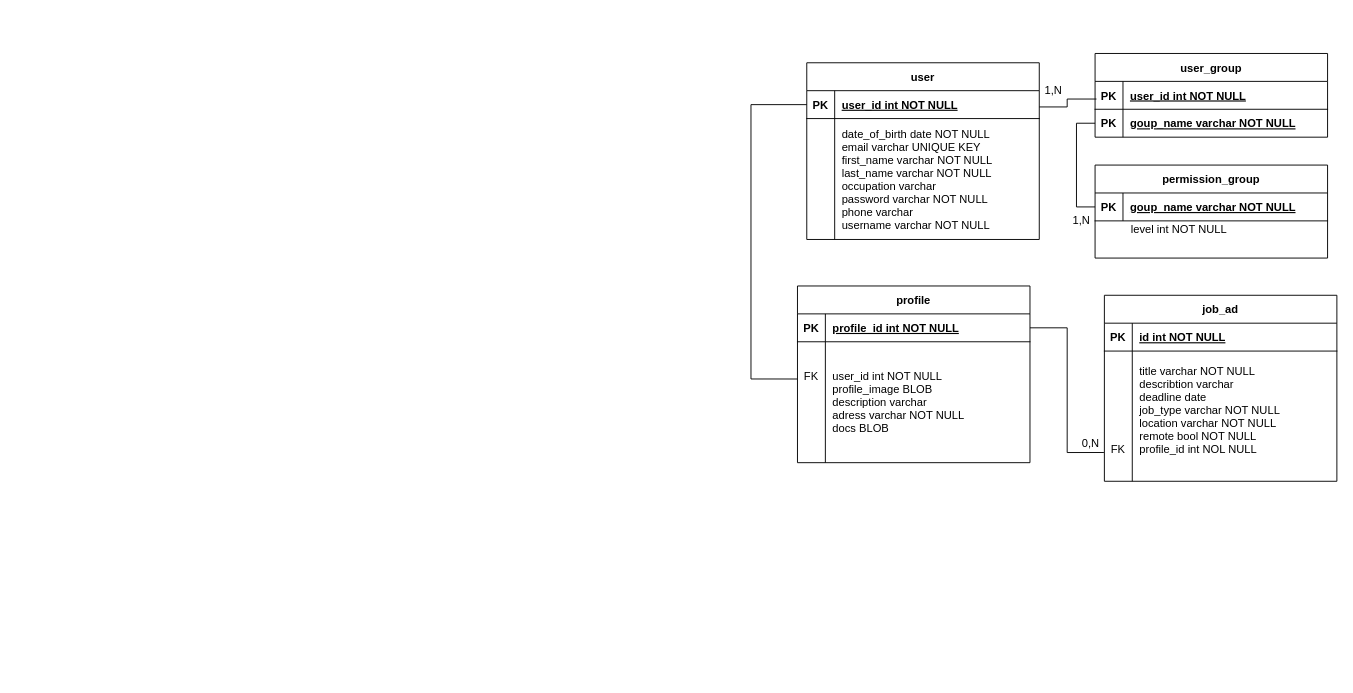
KlaraGolubovic/SE02 keeps this draw.io diagram as page "Logisch" (1 of 2) of doc/diagram/ERDiagram.drawio. Above is the earlier version. Source tidied: cells renumbered, new cells numbered last; positions are measured from the earlier drawing's top-left corner, leaving out a move shared by most shapes. Both pictures are drawn from the tidied source at 93%, with x=0, y=0 at pixel (751, 53).
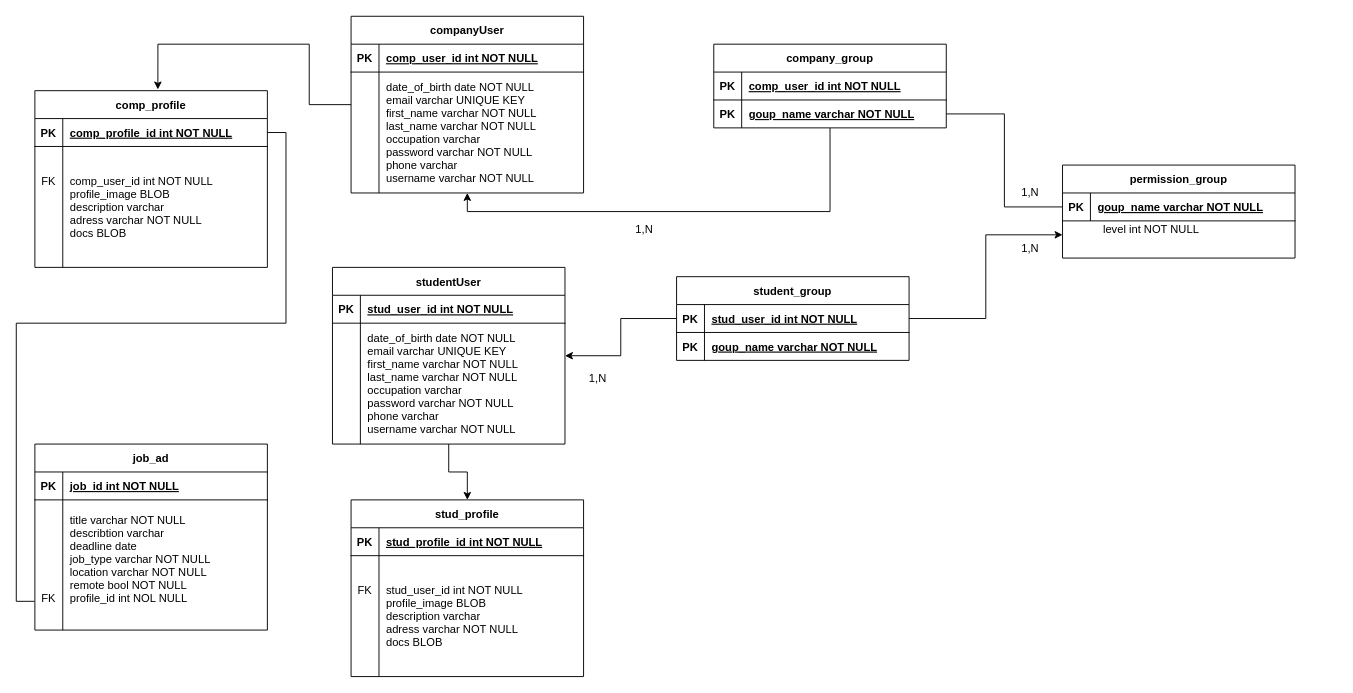
Above is the later version.

The change refers to these unchanged cells:
```xml
<mxCell id="3" style="shape=partialRectangle;fillColor=none;points=[[0,0.5],[1,0.5]];portConstraint=eastwest;top=0;left=0;right=0;bottom=1;" parent="2" vertex="1">
  <mxGeometry y="30" width="250" height="30" as="geometry" />
</mxCell>
<mxCell id="22" style="shape=partialRectangle;fillColor=none;top=0;left=0;right=0;bottom=1;" parent="21" vertex="1">
  <mxGeometry y="30" width="250" height="30" as="geometry" />
</mxCell>
<mxCell id="29" style="shape=partialRectangle;fillColor=none;points=[[0,0.5],[1,0.5]];portConstraint=eastwest;top=0;left=0;right=0;bottom=1;" parent="28" vertex="1">
  <mxGeometry y="30" width="250" height="30" as="geometry" />
</mxCell>
<mxCell id="32" style="shape=partialRectangle;fillColor=none;points=[[0,0.5],[1,0.5]];portConstraint=eastwest;top=0;left=0;right=0;bottom=0;" parent="28" vertex="1">
  <mxGeometry y="60" width="250" height="130" as="geometry" />
</mxCell>
```

What changed in the source:
```diff
@@
+    <mxCell id="42" style="edgeStyle=orthogonalEdgeStyle;rounded=0;jettySize=auto;html=1;" parent="1" edge="1" source="2" target="52">
+      <mxGeometry relative="1" as="geometry">
+        <Array as="points">
+          <mxPoint x="85" y="170" />
+          <mxPoint x="-305" y="170" />
+        </Array>
+      </mxGeometry>
+    </mxCell>
-    <mxCell id="2" value="user_group" style="shape=table;startSize=30;childLayout=tableLayout;rowLines=0;fontStyle=1;align=center;" parent="1" vertex="1">
-      <mxGeometry x="370" width="250" height="90" as="geometry" />
+    <mxCell id="2" value="company_group" style="shape=table;startSize=30;childLayout=tableLayout;rowLines=0;fontStyle=1;align=center;" parent="1" vertex="1">
+      <mxGeometry x="-40" y="-10" width="250" height="90" as="geometry" />
     </mxCell>
@@
-    <mxCell id="5" value="user_id int NOT NULL" style="shape=partialRectangle;overflow=hidden;fillColor=none;top=0;left=0;bottom=0;right=0;align=left;spacingLeft=6;fontStyle=5;" parent="3" vertex="1">
+    <mxCell id="5" value="comp_user_id int NOT NULL" style="shape=partialRectangle;overflow=hidden;fillColor=none;top=0;left=0;bottom=0;right=0;align=left;spacingLeft=6;fontStyle=5;" parent="3" vertex="1">
       <mxGeometry x="30" width="220" height="30" as="geometry" />
     </mxCell>
@@
     <mxCell id="9" value="permission_group" style="shape=table;startSize=30;childLayout=tableLayout;rowLines=0;fontStyle=1;align=center;" parent="1" vertex="1">
-      <mxGeometry x="370" y="120" width="250" height="100" as="geometry" />
+      <mxGeometry x="335" y="120" width="250" height="100" as="geometry" />
     </mxCell>
@@
-    <mxCell id="13" style="edgeStyle=orthogonalEdgeStyle;rounded=0;jettySize=auto;html=1;exitX=1;exitY=0.25;exitDx=0;exitDy=0;entryX=0.006;entryY=0.633;entryDx=0;entryDy=0;entryPerimeter=0;startArrow=none;startFill=0;endArrow=none;endFill=0;" parent="1" edge="1" source="14" target="3">
-      <mxGeometry relative="1" as="geometry" />
-    </mxCell>
-    <mxCell id="14" value="user" style="shape=table;startSize=30;childLayout=tableLayout;rowLines=0;fontStyle=1;align=center;" parent="1" vertex="1">
-      <mxGeometry x="60" y="10" width="250" height="190" as="geometry" />
-    </mxCell>
-    <mxCell id="15" style="shape=partialRectangle;fillColor=none;points=[[0,0.5],[1,0.5]];portConstraint=eastwest;top=0;left=0;right=0;bottom=1;" parent="14" vertex="1">
-      <mxGeometry y="30" width="250" height="30" as="geometry" />
-    </mxCell>
-    <mxCell id="16" value="PK" style="shape=partialRectangle;overflow=hidden;fillColor=none;top=0;left=0;bottom=0;right=0;fontStyle=1;" parent="15" vertex="1">
-      <mxGeometry width="30" height="30" as="geometry" />
-    </mxCell>
-    <mxCell id="17" value="user_id int NOT NULL" style="shape=partialRectangle;overflow=hidden;fillColor=none;top=0;left=0;bottom=0;right=0;align=left;spacingLeft=6;fontStyle=5;" parent="15" vertex="1">
-      <mxGeometry x="30" width="220" height="30" as="geometry" />
-    </mxCell>
-    <mxCell id="18" style="shape=partialRectangle;fillColor=none;top=0;left=0;right=0;bottom=0;" parent="14" vertex="1">
-      <mxGeometry y="60" width="250" height="130" as="geometry" />
-    </mxCell>
-    <mxCell id="19" style="shape=partialRectangle;overflow=hidden;fillColor=none;top=0;left=0;bottom=0;right=0;" parent="18" vertex="1">
-      <mxGeometry width="30" height="130" as="geometry" />
-    </mxCell>
-    <mxCell id="20" value="date_of_birth date NOT NULL&#10;email varchar UNIQUE KEY&#10;first_name varchar NOT NULL&#10;last_name varchar NOT NULL&#10;occupation varchar&#10;password varchar NOT NULL&#10;phone varchar&#10;username varchar NOT NULL" style="shape=partialRectangle;overflow=hidden;fillColor=none;top=0;left=0;bottom=0;right=0;align=left;spacingLeft=6;" parent="18" vertex="1">
-      <mxGeometry x="30" width="220" height="130" as="geometry" />
-    </mxCell>
     <mxCell id="21" value="job_ad" style="shape=table;startSize=30;childLayout=tableLayout;rowLines=0;fontStyle=1;align=center;" parent="1" vertex="1">
-      <mxGeometry x="380" y="260" width="250" height="200" as="geometry" />
+      <mxGeometry x="-770" y="420" width="250" height="200" as="geometry" />
     </mxCell>
@@
-    <mxCell id="24" value="id int NOT NULL" style="shape=partialRectangle;overflow=hidden;fillColor=none;top=0;left=0;bottom=0;right=0;align=left;spacingLeft=6;fontStyle=5;" parent="22" vertex="1">
+    <mxCell id="24" value="job_id int NOT NULL" style="shape=partialRectangle;overflow=hidden;fillColor=none;top=0;left=0;bottom=0;right=0;align=left;spacingLeft=6;fontStyle=5;" parent="22" vertex="1">
       <mxGeometry x="30" width="220" height="30" as="geometry" />
     </mxCell>
@@
-    <mxCell id="28" value="profile" style="shape=table;startSize=30;childLayout=tableLayout;rowLines=0;fontStyle=1;align=center;" parent="1" vertex="1">
-      <mxGeometry x="50" y="250" width="250" height="190" as="geometry" />
+    <mxCell id="28" value="comp_profile" style="shape=table;startSize=30;childLayout=tableLayout;rowLines=0;fontStyle=1;align=center;" parent="1" vertex="1">
+      <mxGeometry x="-770" y="40" width="250" height="190" as="geometry" />
     </mxCell>
@@
-    <mxCell id="31" value="profile_id int NOT NULL" style="shape=partialRectangle;overflow=hidden;fillColor=none;top=0;left=0;bottom=0;right=0;align=left;spacingLeft=6;fontStyle=5;" parent="29" vertex="1">
+    <mxCell id="31" value="comp_profile_id int NOT NULL" style="shape=partialRectangle;overflow=hidden;fillColor=none;top=0;left=0;bottom=0;right=0;align=left;spacingLeft=6;fontStyle=5;" parent="29" vertex="1">
       <mxGeometry x="30" width="220" height="30" as="geometry" />
     </mxCell>
@@
-    <mxCell id="34" value="user_id int NOT NULL&#10;profile_image BLOB&#10;description varchar &#10;adress varchar NOT NULL&#10;docs BLOB" style="shape=partialRectangle;overflow=hidden;fillColor=none;top=0;left=0;bottom=0;right=0;align=left;spacingLeft=6;" parent="32" vertex="1">
+    <mxCell id="34" value="comp_user_id int NOT NULL&#10;profile_image BLOB&#10;description varchar &#10;adress varchar NOT NULL&#10;docs BLOB" style="shape=partialRectangle;overflow=hidden;fillColor=none;top=0;left=0;bottom=0;right=0;align=left;spacingLeft=6;" parent="32" vertex="1">
       <mxGeometry x="30" width="220" height="130" as="geometry" />
     </mxCell>
-    <mxCell id="35" style="edgeStyle=orthogonalEdgeStyle;rounded=0;jettySize=auto;html=1;exitX=0;exitY=0.5;exitDx=0;exitDy=0;startArrow=none;startFill=0;endArrow=none;endFill=0;entryX=0;entryY=0.308;entryDx=0;entryDy=0;entryPerimeter=0;" parent="1" edge="1" source="15" target="32">
-      <mxGeometry relative="1" as="geometry">
-        <Array as="points">
-          <mxPoint y="55" />
-          <mxPoint y="350" />
-        </Array>
-      </mxGeometry>
-    </mxCell>
@@
-    <mxCell id="38" value="0,N" style="text;html=1;align=center;verticalAlign=middle;strokeColor=none;fillColor=none;" parent="1" vertex="1">
-      <mxGeometry x="350" y="410" width="30" height="20" as="geometry" />
-    </mxCell>
     <mxCell id="39" value="1,N" style="text;html=1;align=center;verticalAlign=middle;strokeColor=none;fillColor=none;" parent="1" vertex="1">
-      <mxGeometry x="340" y="170" width="30" height="20" as="geometry" />
+      <mxGeometry x="-130" y="180" width="30" height="20" as="geometry" />
     </mxCell>
     <mxCell id="40" value="1,N" style="text;html=1;align=center;verticalAlign=middle;strokeColor=none;fillColor=none;" parent="1" vertex="1">
-      <mxGeometry x="310" y="30" width="30" height="20" as="geometry" />
+      <mxGeometry x="285" y="140" width="30" height="20" as="geometry" />
     </mxCell>
     <mxCell id="41" value="level int NOT NULL" style="text;html=1;align=center;verticalAlign=middle;strokeColor=none;fillColor=none;" parent="1" vertex="1">
-      <mxGeometry x="400" y="180" width="120" height="20" as="geometry" />
+      <mxGeometry x="370" y="180" width="120" height="20" as="geometry" />
     </mxCell>
+    <mxCell id="43" style="edgeStyle=orthogonalEdgeStyle;rounded=0;jettySize=auto;html=1;" parent="1" edge="1" source="44" target="59">
+      <mxGeometry relative="1" as="geometry" />
+    </mxCell>
+    <mxCell id="44" value="studentUser" style="shape=table;startSize=30;childLayout=tableLayout;rowLines=0;fontStyle=1;align=center;" parent="1" vertex="1">
+      <mxGeometry x="-450" y="230" width="250" height="190" as="geometry" />
+    </mxCell>
+    <mxCell id="45" style="shape=partialRectangle;fillColor=none;top=0;left=0;right=0;bottom=1;" parent="44" vertex="1">
+      <mxGeometry y="30" width="250" height="30" as="geometry" />
+    </mxCell>
+    <mxCell id="46" value="PK" style="shape=partialRectangle;overflow=hidden;fillColor=none;top=0;left=0;bottom=0;right=0;fontStyle=1;" parent="45" vertex="1">
+      <mxGeometry width="30" height="30" as="geometry" />
+    </mxCell>
+    <mxCell id="47" value="stud_user_id int NOT NULL" style="shape=partialRectangle;overflow=hidden;fillColor=none;top=0;left=0;bottom=0;right=0;align=left;spacingLeft=6;fontStyle=5;" parent="45" vertex="1">
+      <mxGeometry x="30" width="220" height="30" as="geometry" />
+    </mxCell>
+    <mxCell id="48" style="shape=partialRectangle;fillColor=none;top=0;left=0;right=0;bottom=0;" parent="44" vertex="1">
+      <mxGeometry y="60" width="250" height="130" as="geometry" />
+    </mxCell>
+    <mxCell id="49" style="shape=partialRectangle;overflow=hidden;fillColor=none;top=0;left=0;bottom=0;right=0;" parent="48" vertex="1">
+      <mxGeometry width="30" height="130" as="geometry" />
+    </mxCell>
+    <mxCell id="50" value="date_of_birth date NOT NULL&#10;email varchar UNIQUE KEY&#10;first_name varchar NOT NULL&#10;last_name varchar NOT NULL&#10;occupation varchar&#10;password varchar NOT NULL&#10;phone varchar&#10;username varchar NOT NULL" style="shape=partialRectangle;overflow=hidden;fillColor=none;top=0;left=0;bottom=0;right=0;align=left;spacingLeft=6;" parent="48" vertex="1">
+      <mxGeometry x="30" width="220" height="130" as="geometry" />
+    </mxCell>
+    <mxCell id="51" style="edgeStyle=orthogonalEdgeStyle;rounded=0;jettySize=auto;html=1;entryX=0.529;entryY=-0.007;entryDx=0;entryDy=0;entryPerimeter=0;" parent="1" edge="1" source="52" target="28">
+      <mxGeometry relative="1" as="geometry">
+        <Array as="points">
+          <mxPoint x="-475" y="55" />
+          <mxPoint x="-475" y="-10" />
+          <mxPoint x="-638" y="-10" />
+        </Array>
+      </mxGeometry>
+    </mxCell>
+    <mxCell id="52" value="companyUser" style="shape=table;startSize=30;childLayout=tableLayout;rowLines=0;fontStyle=1;align=center;" parent="1" vertex="1">
+      <mxGeometry x="-430" y="-40" width="250" height="190" as="geometry" />
+    </mxCell>
+    <mxCell id="53" style="shape=partialRectangle;fillColor=none;top=0;left=0;right=0;bottom=1;" parent="52" vertex="1">
+      <mxGeometry y="30" width="250" height="30" as="geometry" />
+    </mxCell>
+    <mxCell id="54" value="PK" style="shape=partialRectangle;overflow=hidden;fillColor=none;top=0;left=0;bottom=0;right=0;fontStyle=1;" parent="53" vertex="1">
+      <mxGeometry width="30" height="30" as="geometry" />
+    </mxCell>
+    <mxCell id="55" value="comp_user_id int NOT NULL" style="shape=partialRectangle;overflow=hidden;fillColor=none;top=0;left=0;bottom=0;right=0;align=left;spacingLeft=6;fontStyle=5;" parent="53" vertex="1">
+      <mxGeometry x="30" width="220" height="30" as="geometry" />
+    </mxCell>
+    <mxCell id="56" style="shape=partialRectangle;fillColor=none;top=0;left=0;right=0;bottom=0;" parent="52" vertex="1">
+      <mxGeometry y="60" width="250" height="130" as="geometry" />
+    </mxCell>
+    <mxCell id="57" style="shape=partialRectangle;overflow=hidden;fillColor=none;top=0;left=0;bottom=0;right=0;" parent="56" vertex="1">
+      <mxGeometry width="30" height="130" as="geometry" />
+    </mxCell>
+    <mxCell id="58" value="date_of_birth date NOT NULL&#10;email varchar UNIQUE KEY&#10;first_name varchar NOT NULL&#10;last_name varchar NOT NULL&#10;occupation varchar&#10;password varchar NOT NULL&#10;phone varchar&#10;username varchar NOT NULL" style="shape=partialRectangle;overflow=hidden;fillColor=none;top=0;left=0;bottom=0;right=0;align=left;spacingLeft=6;" parent="56" vertex="1">
+      <mxGeometry x="30" width="220" height="130" as="geometry" />
+    </mxCell>
+    <mxCell id="59" value="stud_profile" style="shape=table;startSize=30;childLayout=tableLayout;rowLines=0;fontStyle=1;align=center;" parent="1" vertex="1">
+      <mxGeometry x="-430" y="480" width="250" height="190" as="geometry" />
+    </mxCell>
+    <mxCell id="60" style="shape=partialRectangle;fillColor=none;top=0;left=0;right=0;bottom=1;" parent="59" vertex="1">
+      <mxGeometry y="30" width="250" height="30" as="geometry" />
+    </mxCell>
+    <mxCell id="61" value="PK" style="shape=partialRectangle;overflow=hidden;fillColor=none;top=0;left=0;bottom=0;right=0;fontStyle=1;" parent="60" vertex="1">
+      <mxGeometry width="30" height="30" as="geometry" />
+    </mxCell>
+    <mxCell id="62" value="stud_profile_id int NOT NULL" style="shape=partialRectangle;overflow=hidden;fillColor=none;top=0;left=0;bottom=0;right=0;align=left;spacingLeft=6;fontStyle=5;" parent="60" vertex="1">
+      <mxGeometry x="30" width="220" height="30" as="geometry" />
+    </mxCell>
+    <mxCell id="63" style="shape=partialRectangle;fillColor=none;top=0;left=0;right=0;bottom=0;" parent="59" vertex="1">
+      <mxGeometry y="60" width="250" height="130" as="geometry" />
+    </mxCell>
+    <mxCell id="64" value="FK&#10;&#10;&#10;&#10;" style="shape=partialRectangle;overflow=hidden;fillColor=none;top=0;left=0;bottom=0;right=0;" parent="63" vertex="1">
+      <mxGeometry width="30" height="130" as="geometry" />
+    </mxCell>
+    <mxCell id="65" value="stud_user_id int NOT NULL&#10;profile_image BLOB&#10;description varchar &#10;adress varchar NOT NULL&#10;docs BLOB" style="shape=partialRectangle;overflow=hidden;fillColor=none;top=0;left=0;bottom=0;right=0;align=left;spacingLeft=6;" parent="63" vertex="1">
+      <mxGeometry x="30" width="220" height="130" as="geometry" />
+    </mxCell>
+    <mxCell id="66" style="edgeStyle=orthogonalEdgeStyle;rounded=0;jettySize=auto;html=1;entryX=0;entryY=0.75;entryDx=0;entryDy=0;" parent="1" edge="1" source="68" target="9">
+      <mxGeometry relative="1" as="geometry" />
+    </mxCell>
+    <mxCell id="67" style="edgeStyle=orthogonalEdgeStyle;rounded=0;jettySize=auto;html=1;" parent="1" edge="1" source="68" target="44">
+      <mxGeometry relative="1" as="geometry" />
+    </mxCell>
+    <mxCell id="68" value="student_group" style="shape=table;startSize=30;childLayout=tableLayout;rowLines=0;fontStyle=1;align=center;" parent="1" vertex="1">
+      <mxGeometry x="-80" y="240" width="250" height="90" as="geometry" />
+    </mxCell>
+    <mxCell id="69" style="shape=partialRectangle;fillColor=none;top=0;left=0;right=0;bottom=1;" parent="68" vertex="1">
+      <mxGeometry y="30" width="250" height="30" as="geometry" />
+    </mxCell>
+    <mxCell id="70" value="PK" style="shape=partialRectangle;overflow=hidden;fillColor=none;top=0;left=0;bottom=0;right=0;fontStyle=1;" parent="69" vertex="1">
+      <mxGeometry width="30" height="30" as="geometry" />
+    </mxCell>
+    <mxCell id="71" value="stud_user_id int NOT NULL" style="shape=partialRectangle;overflow=hidden;fillColor=none;top=0;left=0;bottom=0;right=0;align=left;spacingLeft=6;fontStyle=5;" parent="69" vertex="1">
+      <mxGeometry x="30" width="220" height="30" as="geometry" />
+    </mxCell>
+    <mxCell id="72" style="shape=partialRectangle;fillColor=none;top=0;left=0;right=0;bottom=0;" parent="68" vertex="1">
+      <mxGeometry y="60" width="250" height="30" as="geometry" />
+    </mxCell>
+    <mxCell id="73" value="PK" style="shape=partialRectangle;overflow=hidden;fillColor=none;top=0;left=0;bottom=0;right=0;fontStyle=1;" parent="72" vertex="1">
+      <mxGeometry width="30" height="30" as="geometry" />
+    </mxCell>
+    <mxCell id="74" value="goup_name varchar NOT NULL" style="shape=partialRectangle;overflow=hidden;fillColor=none;top=0;left=0;bottom=0;right=0;align=left;spacingLeft=6;fontStyle=5;" parent="72" vertex="1">
+      <mxGeometry x="30" width="220" height="30" as="geometry" />
+    </mxCell>
+    <mxCell id="75" value="1,N" style="text;html=1;align=center;verticalAlign=middle;strokeColor=none;fillColor=none;" parent="1" vertex="1">
+      <mxGeometry x="-180" y="340" width="30" height="20" as="geometry" />
+    </mxCell>
+    <mxCell id="76" value="1,N" style="text;html=1;align=center;verticalAlign=middle;strokeColor=none;fillColor=none;" parent="1" vertex="1">
+      <mxGeometry x="285" y="200" width="30" height="20" as="geometry" />
+    </mxCell>
```
